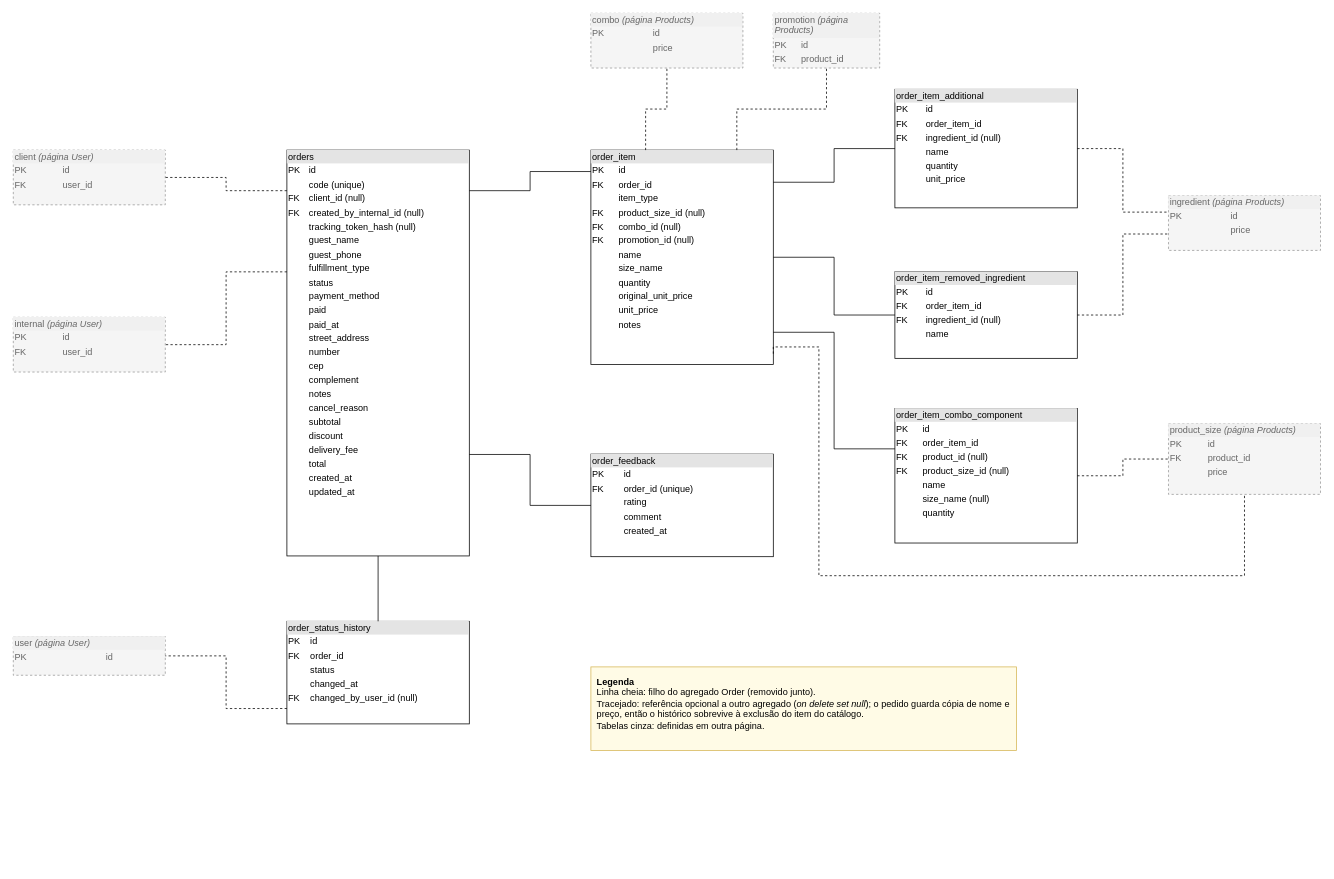
Above: page "Orders" (4 of 4) of docs/data-modeling/data_modeling.drawio in doda-s/nippon-ten (draw.io), before the change. Source tidied: cells renumbered, new cells numbered last; positions are measured from the earlier drawing's top-left corner, leaving out a move shared by most shapes. Both pictures are drawn from the tidied source at 76%, with x=0, y=0 at pixel (13, 13).
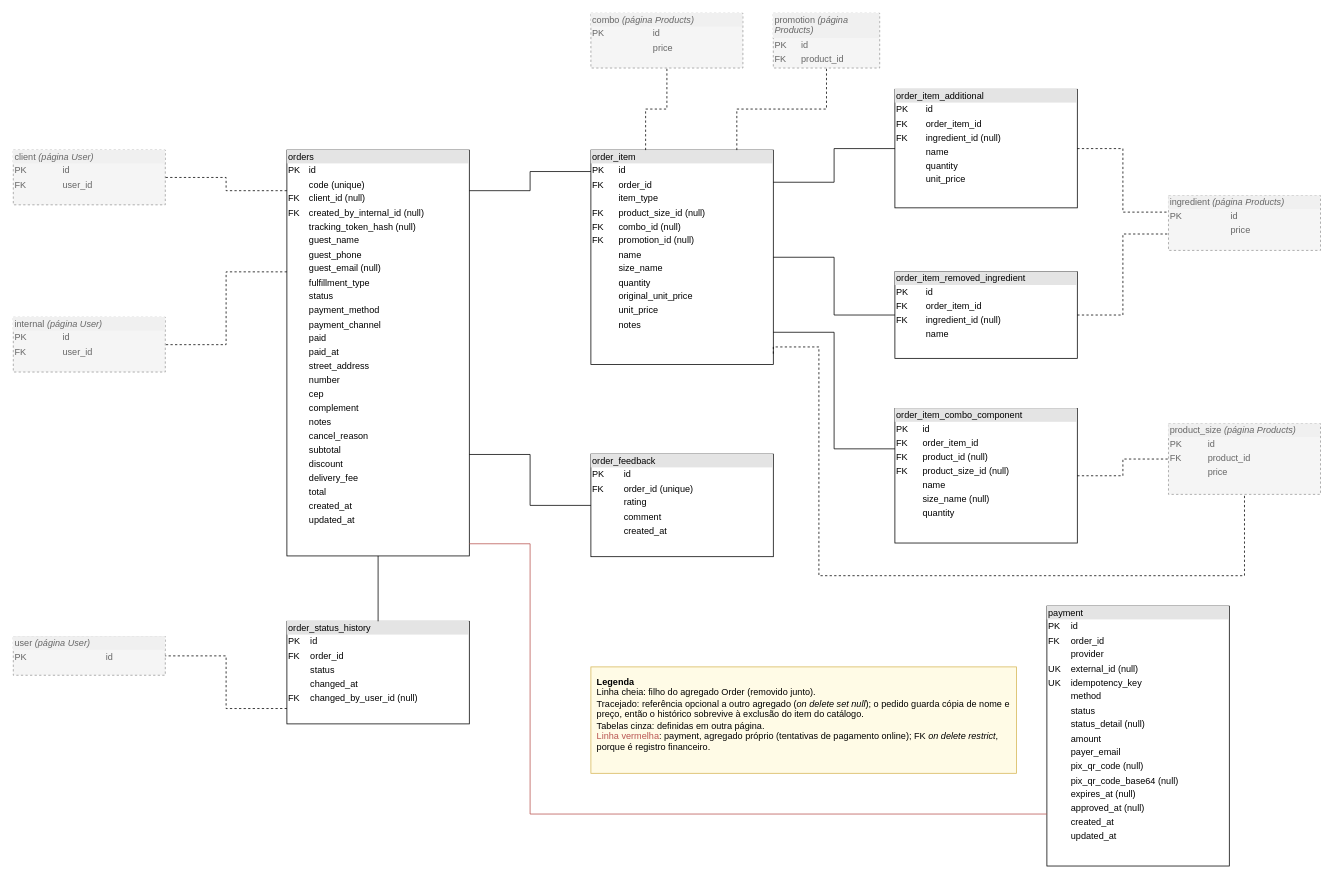
After the change.

Commit message (it also covers changes not shown here):
docs(diagrams): show online payments and order email in the diagrams

The edit, as a diff of the source:
```diff
@@
-    <mxCell id="2" value="&lt;div style=&quot;box-sizing: border-box; width: 100%; background: rgb(228, 228, 228); padding: 2px;&quot;&gt;orders&lt;/div&gt;&lt;table style=&quot;width:100%;font-size:1em;&quot; cellpadding=&quot;2&quot; cellspacing=&quot;0&quot;&gt;&lt;tbody&gt;&lt;tr&gt;&lt;td&gt;PK&lt;/td&gt;&lt;td&gt;id&lt;/td&gt;&lt;/tr&gt;&lt;tr&gt;&lt;td&gt;&lt;/td&gt;&lt;td&gt;code (unique)&lt;/td&gt;&lt;/tr&gt;&lt;tr&gt;&lt;td&gt;FK&lt;/td&gt;&lt;td&gt;client_id (null)&lt;/td&gt;&lt;/tr&gt;&lt;tr&gt;&lt;td&gt;FK&lt;/td&gt;&lt;td&gt;created_by_internal_id (null)&lt;/td&gt;&lt;/tr&gt;&lt;tr&gt;&lt;td&gt;&lt;/td&gt;&lt;td&gt;tracking_token_hash (null)&lt;/td&gt;&lt;/tr&gt;&lt;tr&gt;&lt;td&gt;&lt;/td&gt;&lt;td&gt;guest_name&lt;/td&gt;&lt;/tr&gt;&lt;tr&gt;&lt;td&gt;&lt;/td&gt;&lt;td&gt;guest_phone&lt;/td&gt;&lt;/tr&gt;&lt;tr&gt;&lt;td&gt;&lt;/td&gt;&lt;td&gt;fulfillment_type&lt;/td&gt;&lt;/tr&gt;&lt;tr&gt;&lt;td&gt;&lt;/td&gt;&lt;td&gt;status&lt;/td&gt;&lt;/tr&gt;&lt;tr&gt;&lt;td&gt;&lt;/td&gt;&lt;td&gt;payment_method&lt;/td&gt;&lt;/tr&gt;&lt;tr&gt;&lt;td&gt;&lt;/td&gt;&lt;td&gt;paid&lt;/td&gt;&lt;/tr&gt;&lt;tr&gt;&lt;td&gt;&lt;/td&gt;&lt;td&gt;paid_at&lt;/td&gt;&lt;/tr&gt;&lt;tr&gt;&lt;td&gt;&lt;/td&gt;&lt;td&gt;street_address&lt;/td&gt;&lt;/tr&gt;&lt;tr&gt;&lt;td&gt;&lt;/td&gt;&lt;td&gt;number&lt;/td&gt;&lt;/tr&gt;&lt;tr&gt;&lt;td&gt;&lt;/td&gt;&lt;td&gt;cep&lt;/td&gt;&lt;/tr&gt;&lt;tr&gt;&lt;td&gt;&lt;/td&gt;&lt;td&gt;complement&lt;/td&gt;&lt;/tr&gt;&lt;tr&gt;&lt;td&gt;&lt;/td&gt;&lt;td&gt;notes&lt;/td&gt;&lt;/tr&gt;&lt;tr&gt;&lt;td&gt;&lt;/td&gt;&lt;td&gt;cancel_reason&lt;/td&gt;&lt;/tr&gt;&lt;tr&gt;&lt;td&gt;&lt;/td&gt;&lt;td&gt;subtotal&lt;/td&gt;&lt;/tr&gt;&lt;tr&gt;&lt;td&gt;&lt;/td&gt;&lt;td&gt;discount&lt;/td&gt;&lt;/tr&gt;&lt;tr&gt;&lt;td&gt;&lt;/td&gt;&lt;td&gt;delivery_fee&lt;/td&gt;&lt;/tr&gt;&lt;tr&gt;&lt;td&gt;&lt;/td&gt;&lt;td&gt;total&lt;/td&gt;&lt;/tr&gt;&lt;tr&gt;&lt;td&gt;&lt;/td&gt;&lt;td&gt;created_at&lt;/td&gt;&lt;/tr&gt;&lt;tr&gt;&lt;td&gt;&lt;/td&gt;&lt;td&gt;updated_at&lt;/td&gt;&lt;/tr&gt;&lt;/tbody&gt;&lt;/table&gt;" style="verticalAlign=top;align=left;overflow=fill;html=1;whiteSpace=wrap;" parent="1" vertex="1">
+    <mxCell id="2" value="&lt;div style=&quot;box-sizing: border-box; width: 100%; background: rgb(228, 228, 228); padding: 2px;&quot;&gt;orders&lt;/div&gt;&lt;table style=&quot;width:100%;font-size:1em;&quot; cellpadding=&quot;2&quot; cellspacing=&quot;0&quot;&gt;&lt;tbody&gt;&lt;tr&gt;&lt;td&gt;PK&lt;/td&gt;&lt;td&gt;id&lt;/td&gt;&lt;/tr&gt;&lt;tr&gt;&lt;td&gt;&lt;/td&gt;&lt;td&gt;code (unique)&lt;/td&gt;&lt;/tr&gt;&lt;tr&gt;&lt;td&gt;FK&lt;/td&gt;&lt;td&gt;client_id (null)&lt;/td&gt;&lt;/tr&gt;&lt;tr&gt;&lt;td&gt;FK&lt;/td&gt;&lt;td&gt;created_by_internal_id (null)&lt;/td&gt;&lt;/tr&gt;&lt;tr&gt;&lt;td&gt;&lt;/td&gt;&lt;td&gt;tracking_token_hash (null)&lt;/td&gt;&lt;/tr&gt;&lt;tr&gt;&lt;td&gt;&lt;/td&gt;&lt;td&gt;guest_name&lt;/td&gt;&lt;/tr&gt;&lt;tr&gt;&lt;td&gt;&lt;/td&gt;&lt;td&gt;guest_phone&lt;/td&gt;&lt;/tr&gt;&lt;tr&gt;&lt;td&gt;&lt;/td&gt;&lt;td&gt;guest_email (null)&lt;/td&gt;&lt;/tr&gt;&lt;tr&gt;&lt;td&gt;&lt;/td&gt;&lt;td&gt;fulfillment_type&lt;/td&gt;&lt;/tr&gt;&lt;tr&gt;&lt;td&gt;&lt;/td&gt;&lt;td&gt;status&lt;/td&gt;&lt;/tr&gt;&lt;tr&gt;&lt;td&gt;&lt;/td&gt;&lt;td&gt;payment_method&lt;/td&gt;&lt;/tr&gt;&lt;tr&gt;&lt;td&gt;&lt;/td&gt;&lt;td&gt;payment_channel&lt;/td&gt;&lt;/tr&gt;&lt;tr&gt;&lt;td&gt;&lt;/td&gt;&lt;td&gt;paid&lt;/td&gt;&lt;/tr&gt;&lt;tr&gt;&lt;td&gt;&lt;/td&gt;&lt;td&gt;paid_at&lt;/td&gt;&lt;/tr&gt;&lt;tr&gt;&lt;td&gt;&lt;/td&gt;&lt;td&gt;street_address&lt;/td&gt;&lt;/tr&gt;&lt;tr&gt;&lt;td&gt;&lt;/td&gt;&lt;td&gt;number&lt;/td&gt;&lt;/tr&gt;&lt;tr&gt;&lt;td&gt;&lt;/td&gt;&lt;td&gt;cep&lt;/td&gt;&lt;/tr&gt;&lt;tr&gt;&lt;td&gt;&lt;/td&gt;&lt;td&gt;complement&lt;/td&gt;&lt;/tr&gt;&lt;tr&gt;&lt;td&gt;&lt;/td&gt;&lt;td&gt;notes&lt;/td&gt;&lt;/tr&gt;&lt;tr&gt;&lt;td&gt;&lt;/td&gt;&lt;td&gt;cancel_reason&lt;/td&gt;&lt;/tr&gt;&lt;tr&gt;&lt;td&gt;&lt;/td&gt;&lt;td&gt;subtotal&lt;/td&gt;&lt;/tr&gt;&lt;tr&gt;&lt;td&gt;&lt;/td&gt;&lt;td&gt;discount&lt;/td&gt;&lt;/tr&gt;&lt;tr&gt;&lt;td&gt;&lt;/td&gt;&lt;td&gt;delivery_fee&lt;/td&gt;&lt;/tr&gt;&lt;tr&gt;&lt;td&gt;&lt;/td&gt;&lt;td&gt;total&lt;/td&gt;&lt;/tr&gt;&lt;tr&gt;&lt;td&gt;&lt;/td&gt;&lt;td&gt;created_at&lt;/td&gt;&lt;/tr&gt;&lt;tr&gt;&lt;td&gt;&lt;/td&gt;&lt;td&gt;updated_at&lt;/td&gt;&lt;/tr&gt;&lt;/tbody&gt;&lt;/table&gt;" style="verticalAlign=top;align=left;overflow=fill;html=1;whiteSpace=wrap;" parent="1" vertex="1">
       <mxGeometry x="360" y="180" width="240" height="534" as="geometry" />
     </mxCell>
@@
+    <mxCell id="32" value="&lt;div style=&quot;box-sizing: border-box; width: 100%; background: rgb(228, 228, 228); padding: 2px;&quot;&gt;payment&lt;/div&gt;&lt;table style=&quot;width:100%;font-size:1em;&quot; cellpadding=&quot;2&quot; cellspacing=&quot;0&quot;&gt;&lt;tbody&gt;&lt;tr&gt;&lt;td&gt;PK&lt;/td&gt;&lt;td&gt;id&lt;/td&gt;&lt;/tr&gt;&lt;tr&gt;&lt;td&gt;FK&lt;/td&gt;&lt;td&gt;order_id&lt;/td&gt;&lt;/tr&gt;&lt;tr&gt;&lt;td&gt;&lt;/td&gt;&lt;td&gt;provider&lt;/td&gt;&lt;/tr&gt;&lt;tr&gt;&lt;td&gt;UK&lt;/td&gt;&lt;td&gt;external_id (null)&lt;/td&gt;&lt;/tr&gt;&lt;tr&gt;&lt;td&gt;UK&lt;/td&gt;&lt;td&gt;idempotency_key&lt;/td&gt;&lt;/tr&gt;&lt;tr&gt;&lt;td&gt;&lt;/td&gt;&lt;td&gt;method&lt;/td&gt;&lt;/tr&gt;&lt;tr&gt;&lt;td&gt;&lt;/td&gt;&lt;td&gt;status&lt;/td&gt;&lt;/tr&gt;&lt;tr&gt;&lt;td&gt;&lt;/td&gt;&lt;td&gt;status_detail (null)&lt;/td&gt;&lt;/tr&gt;&lt;tr&gt;&lt;td&gt;&lt;/td&gt;&lt;td&gt;amount&lt;/td&gt;&lt;/tr&gt;&lt;tr&gt;&lt;td&gt;&lt;/td&gt;&lt;td&gt;payer_email&lt;/td&gt;&lt;/tr&gt;&lt;tr&gt;&lt;td&gt;&lt;/td&gt;&lt;td&gt;pix_qr_code (null)&lt;/td&gt;&lt;/tr&gt;&lt;tr&gt;&lt;td&gt;&lt;/td&gt;&lt;td&gt;pix_qr_code_base64 (null)&lt;/td&gt;&lt;/tr&gt;&lt;tr&gt;&lt;td&gt;&lt;/td&gt;&lt;td&gt;expires_at (null)&lt;/td&gt;&lt;/tr&gt;&lt;tr&gt;&lt;td&gt;&lt;/td&gt;&lt;td&gt;approved_at (null)&lt;/td&gt;&lt;/tr&gt;&lt;tr&gt;&lt;td&gt;&lt;/td&gt;&lt;td&gt;created_at&lt;/td&gt;&lt;/tr&gt;&lt;tr&gt;&lt;td&gt;&lt;/td&gt;&lt;td&gt;updated_at&lt;/td&gt;&lt;/tr&gt;&lt;/tbody&gt;&lt;/table&gt;" style="verticalAlign=top;align=left;overflow=fill;html=1;whiteSpace=wrap;" parent="1" vertex="1">
+      <mxGeometry x="1360" y="780" width="240" height="342" as="geometry" />
+    </mxCell>
@@
-    <mxCell id="31" value="&lt;b&gt;Legenda&lt;/b&gt;&lt;br&gt;Linha cheia: filho do agregado Order (removido junto).&lt;br&gt;Tracejado: referência opcional a outro agregado (&lt;i&gt;on delete set null&lt;/i&gt;); o pedido guarda cópia de nome e preço, então o histórico sobrevive à exclusão do item do catálogo.&lt;br&gt;Tabelas cinza: definidas em outra página." style="rounded=0;whiteSpace=wrap;html=1;align=left;verticalAlign=top;spacing=8;fillColor=#fffbe6;strokeColor=#d6b656;" parent="1" vertex="1">
-      <mxGeometry x="760" y="860" width="560" height="110" as="geometry" />
+    <mxCell id="31" value="&lt;b&gt;Legenda&lt;/b&gt;&lt;br&gt;Linha cheia: filho do agregado Order (removido junto).&lt;br&gt;Tracejado: referência opcional a outro agregado (&lt;i&gt;on delete set null&lt;/i&gt;); o pedido guarda cópia de nome e preço, então o histórico sobrevive à exclusão do item do catálogo.&lt;br&gt;Tabelas cinza: definidas em outra página.&lt;br&gt;&lt;font color='#b85450'&gt;Linha vermelha&lt;/font&gt;: payment, agregado próprio (tentativas de pagamento online); FK &lt;i&gt;on delete restrict&lt;/i&gt;, porque é registro financeiro." style="rounded=0;whiteSpace=wrap;html=1;align=left;verticalAlign=top;spacing=8;fillColor=#fffbe6;strokeColor=#d6b656;" parent="1" vertex="1">
+      <mxGeometry x="760" y="860" width="560" height="140" as="geometry" />
     </mxCell>
+    <mxCell id="33" style="edgeStyle=orthogonalEdgeStyle;rounded=0;jettySize=auto;html=1;endArrow=none;endFill=0;strokeColor=#b85450;exitX=0;exitY=0.8;exitDx=0;exitDy=0;entryX=1;entryY=0.97;entryDx=0;entryDy=0;" parent="1" edge="1" source="32" target="2">
+      <mxGeometry relative="1" as="geometry">
+        <Array as="points">
+          <mxPoint x="680" y="1054" />
+          <mxPoint x="680" y="698" />
+        </Array>
+      </mxGeometry>
+    </mxCell>
```
